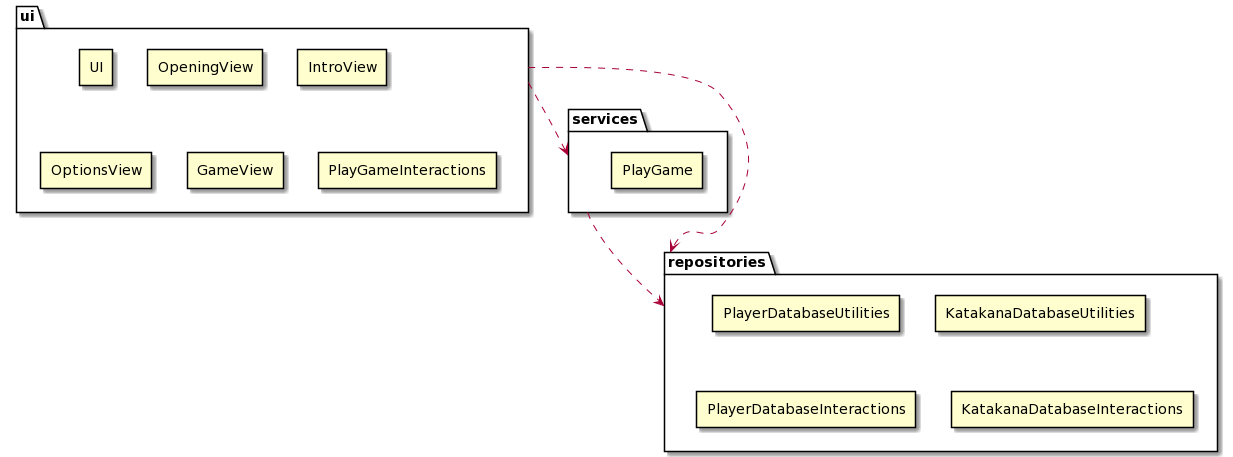
katriryt/ot-harjoitustyo keeps this PlantUML diagram as documentation/pictures/architecture_package_classes.png. Above is the earlier version.
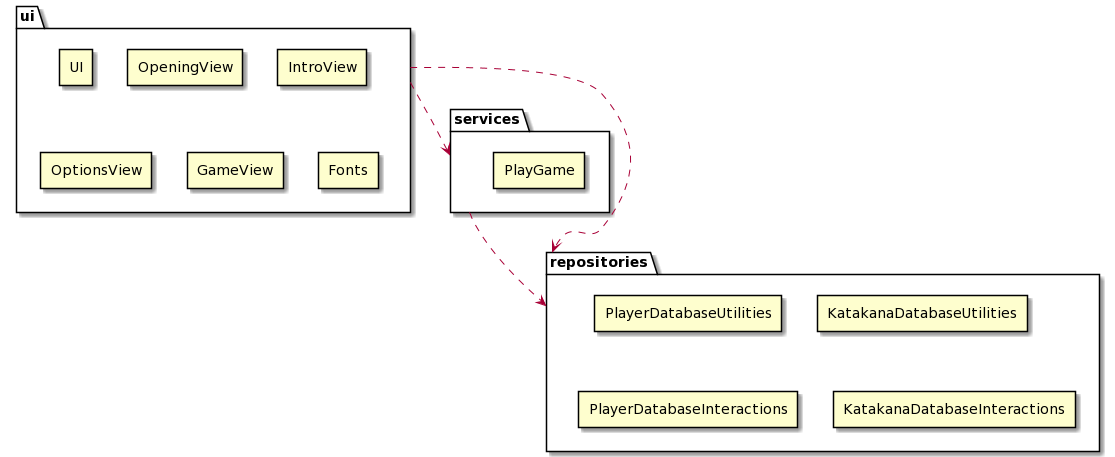
After the change.

Change to the diagram source:
```diff
@@ -17,7 +17,7 @@
 }
 
 package ui {
-    rectangle PlayGameInteractions
+    rectangle Fonts
 }
 
 package services
```
